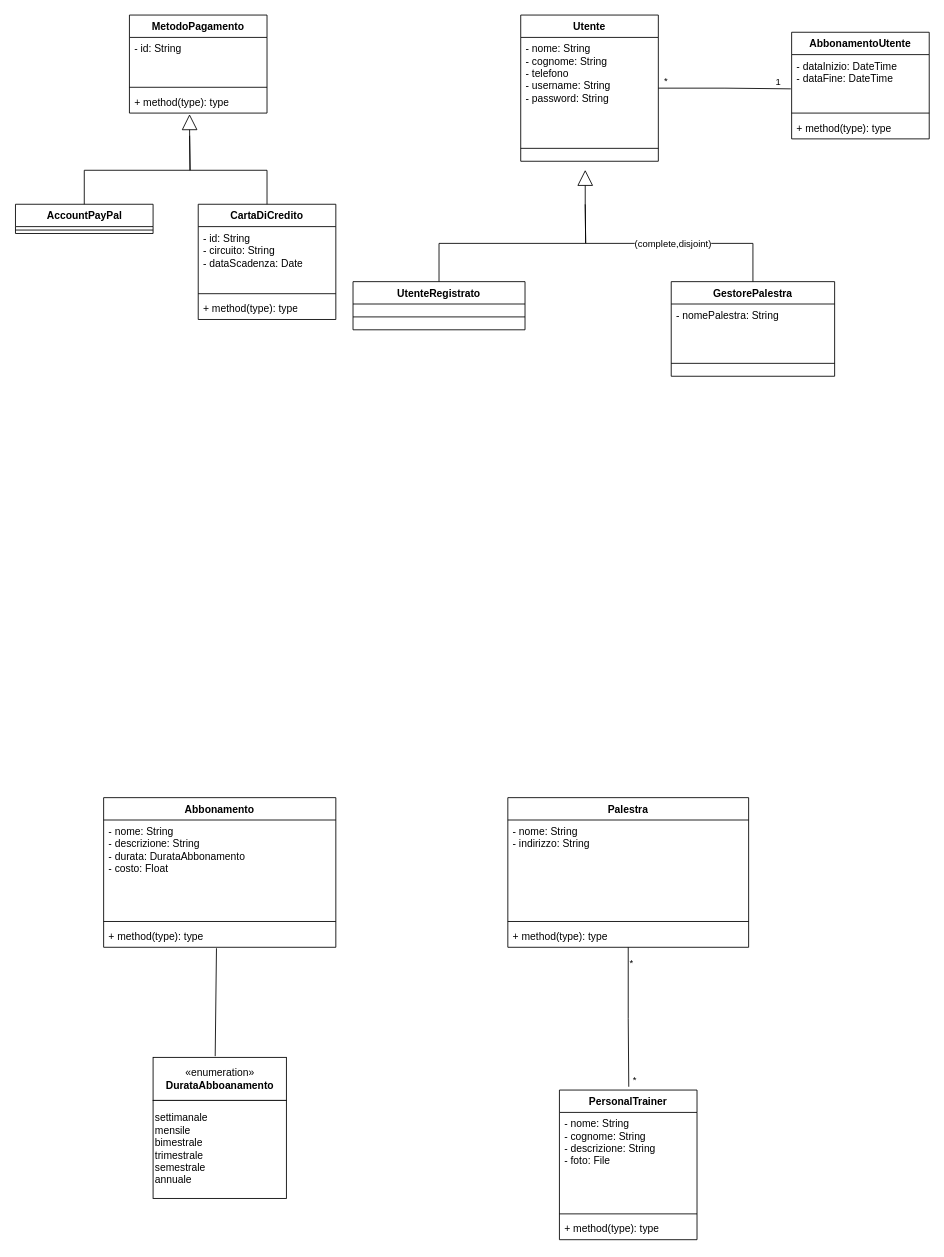
This is Diagrammi_UML/Utente.drawio from JosephBoom02/Progetto_Ingegneria_del_Software, a draw.io file, before an edit. Source tidied: cells renumbered, new cells numbered last; positions are measured from the earlier drawing's top-left corner, leaving out a move shared by most shapes. Both pictures are drawn from the tidied source at 86%, with x=0, y=0 at pixel (15, 15).
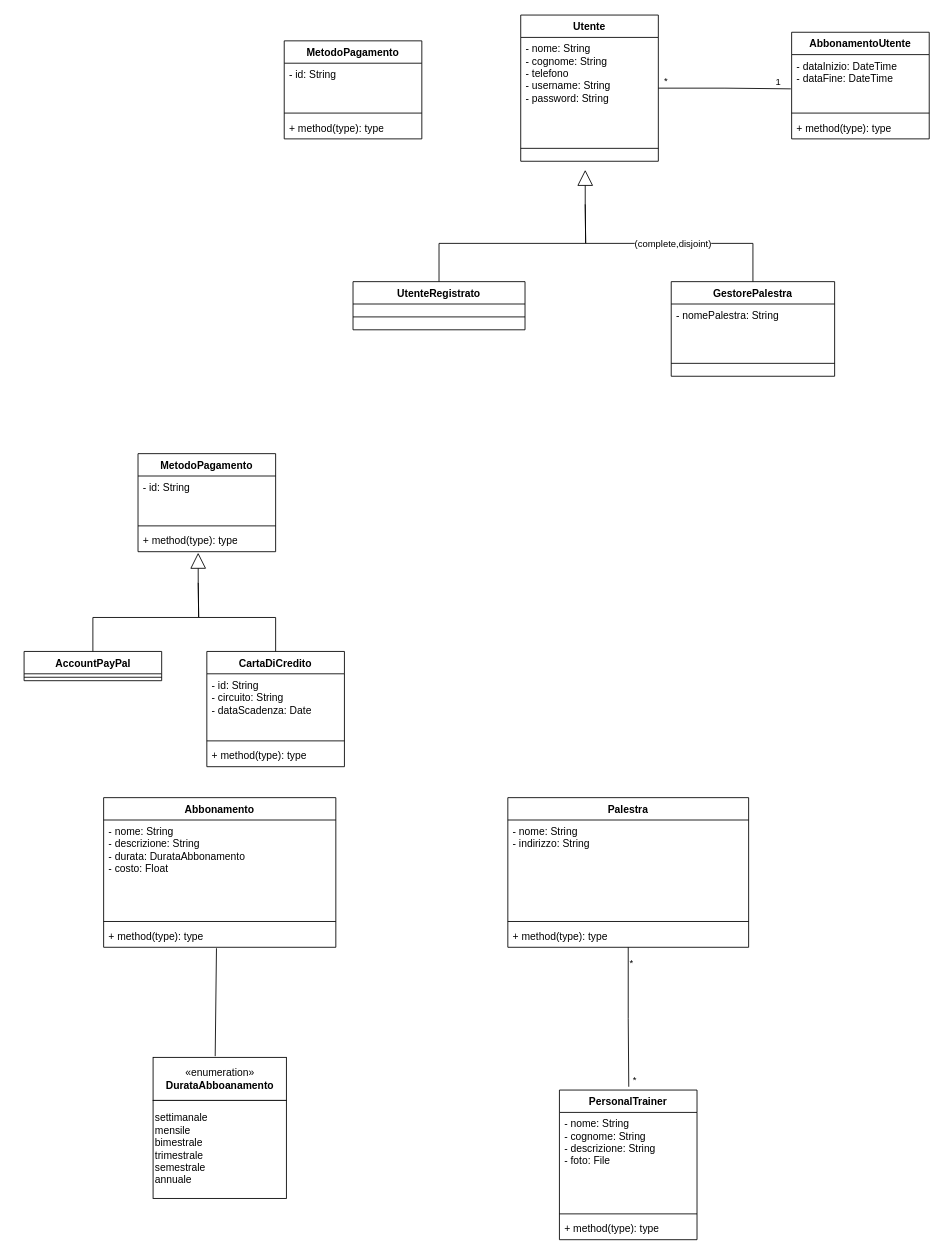
Above is the later version.

Unchanged cells that the change refers to:
```xml
<mxCell id="42" value="+ method(type): type" style="text;strokeColor=none;fillColor=none;align=left;verticalAlign=top;spacingLeft=4;spacingRight=4;overflow=hidden;points=[[0,0.5],[1,0.5]];portConstraint=eastwest;whiteSpace=wrap;html=1;" parent="39" vertex="1">
  <mxGeometry y="88" width="160" height="26" as="geometry" />
</mxCell>
```

Change to the diagram source:
```diff
@@
     <mxCell id="39" value="MetodoPagamento" style="swimlane;fontStyle=1;align=center;verticalAlign=top;horizontal=1;startSize=26;whiteSpace=wrap;html=1;" parent="1" vertex="1">
-      <mxGeometry x="132" width="160" height="114" as="geometry" />
+      <mxGeometry x="142" y="510" width="160" height="114" as="geometry" />
     </mxCell>
@@
     <mxCell id="43" value="AccountPayPal" style="swimlane;fontStyle=1;align=center;verticalAlign=top;horizontal=1;startSize=26;whiteSpace=wrap;html=1;" parent="1" vertex="1">
-      <mxGeometry x="-0.5" y="220" width="160" height="34" as="geometry" />
+      <mxGeometry x="9.5" y="740" width="160" height="34" as="geometry" />
     </mxCell>
@@
     <mxCell id="45" value="CartaDiCredito" style="swimlane;fontStyle=1;align=center;verticalAlign=top;horizontal=1;startSize=26;whiteSpace=wrap;html=1;" parent="1" vertex="1">
-      <mxGeometry x="212" y="220" width="160" height="134" as="geometry" />
+      <mxGeometry x="222" y="740" width="160" height="134" as="geometry" />
     </mxCell>
@@
     <mxCell id="49" style="endArrow=none;html=1;rounded=0;edgeStyle=orthogonalEdgeStyle;exitX=0.5;exitY=0;exitDx=0;exitDy=0;" parent="1" edge="1" source="43">
       <mxGeometry relative="1" as="geometry">
-        <mxPoint x="202" y="140" as="targetPoint" />
+        <mxPoint x="212" y="660" as="targetPoint" />
       </mxGeometry>
     </mxCell>
     <mxCell id="50" style="endArrow=none;html=1;rounded=0;edgeStyle=orthogonalEdgeStyle;exitX=0.5;exitY=0;exitDx=0;exitDy=0;" parent="1" edge="1" source="45">
       <mxGeometry relative="1" as="geometry">
-        <mxPoint x="202" y="140" as="targetPoint" />
+        <mxPoint x="212" y="660" as="targetPoint" />
       </mxGeometry>
     </mxCell>
     <mxCell id="51" style="endArrow=block;endSize=16;endFill=0;html=1;rounded=0;entryX=0.437;entryY=1.047;entryDx=0;entryDy=0;entryPerimeter=0;" parent="1" edge="1" target="42">
       <mxGeometry relative="1" as="geometry">
-        <mxPoint x="202" y="140" as="sourcePoint" />
+        <mxPoint x="212" y="660" as="sourcePoint" />
       </mxGeometry>
     </mxCell>
+    <mxCell id="52" value="MetodoPagamento" style="swimlane;fontStyle=1;align=center;verticalAlign=top;horizontal=1;startSize=26;whiteSpace=wrap;html=1;" parent="1" vertex="1">
+      <mxGeometry x="312" y="30" width="160" height="114" as="geometry" />
+    </mxCell>
+    <mxCell id="53" value="&lt;div&gt;- id: String&lt;/div&gt;&lt;div&gt;&lt;br&gt;&lt;/div&gt;" style="text;strokeColor=none;fillColor=none;align=left;verticalAlign=top;spacingLeft=4;spacingRight=4;overflow=hidden;whiteSpace=wrap;html=1;" parent="52" vertex="1">
+      <mxGeometry y="26" width="160" height="54" as="geometry" />
+    </mxCell>
+    <mxCell id="54" style="line;strokeWidth=1;fillColor=none;align=left;verticalAlign=middle;spacingTop=-1;spacingLeft=3;spacingRight=3;labelPosition=right;strokeColor=inherit;" parent="52" vertex="1">
+      <mxGeometry y="80" width="160" height="8" as="geometry" />
+    </mxCell>
+    <mxCell id="55" value="+ method(type): type" style="text;strokeColor=none;fillColor=none;align=left;verticalAlign=top;spacingLeft=4;spacingRight=4;overflow=hidden;whiteSpace=wrap;html=1;" parent="52" vertex="1">
+      <mxGeometry y="88" width="160" height="26" as="geometry" />
+    </mxCell>
```
